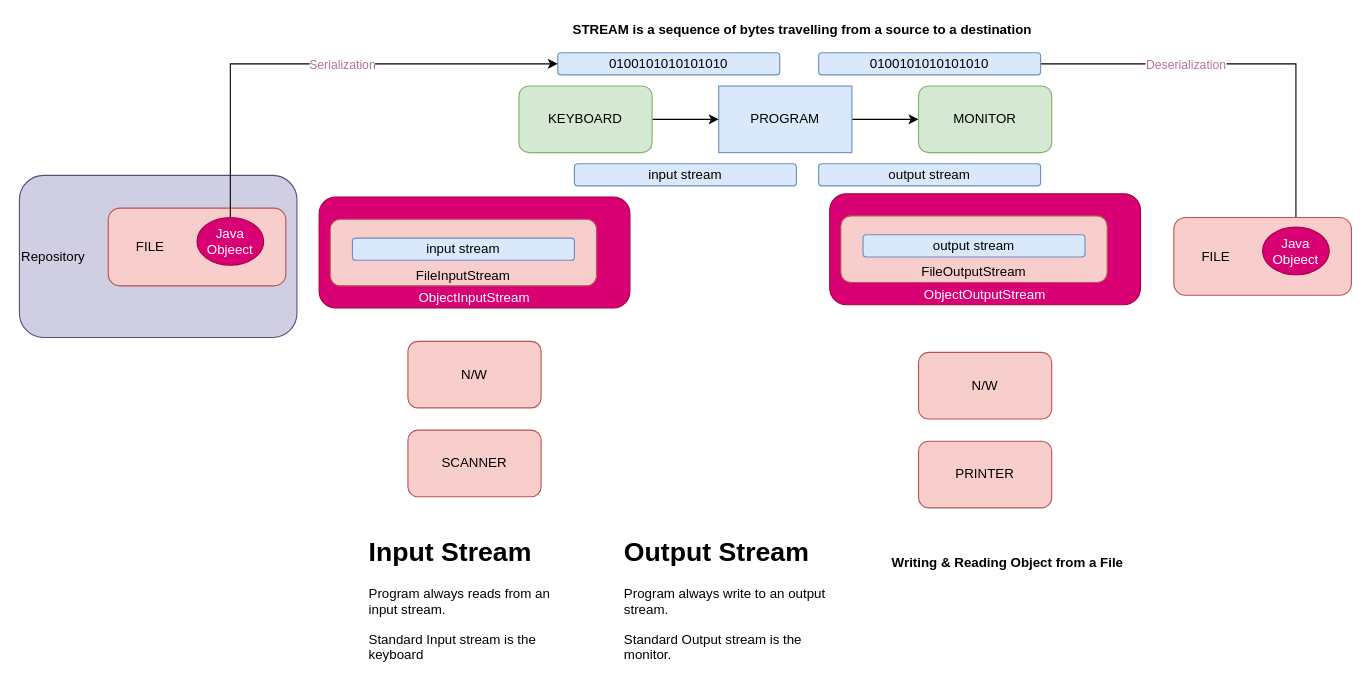
This is page "FILE HANDLING" (7 of 8) of java/diagrams/java-workflow.drawio from aukokyong/jfs-master, a draw.io file, before an edit. Source tidied: cells renumbered, new cells numbered last; positions are measured from the earlier drawing's top-left corner, leaving out a move shared by most shapes. Both pictures are drawn from the tidied source at 111%, with x=0, y=0 at pixel (19, 19).
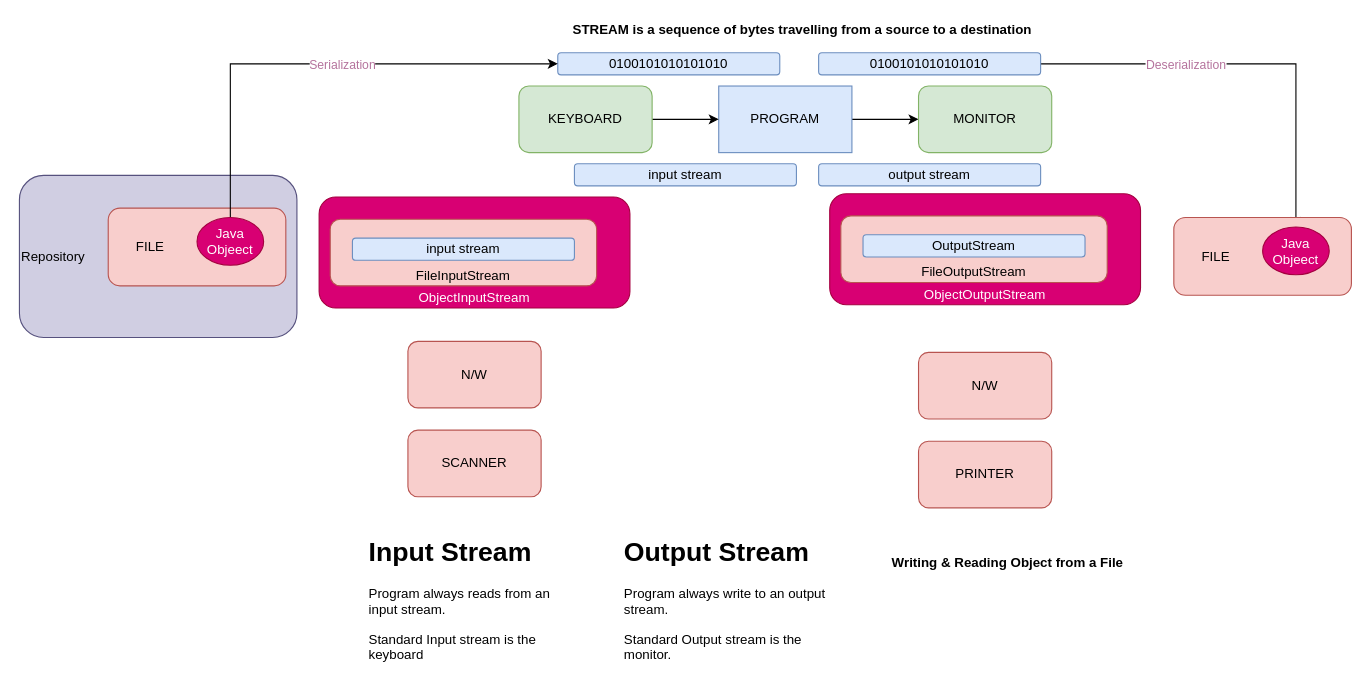
Above is the later version.

Diff of the diagram source:
```diff
@@
-    <mxCell id="33" value="output stream" style="rounded=1;whiteSpace=wrap;html=1;fillColor=#dae8fc;strokeColor=#6c8ebf;" parent="1" vertex="1">
+    <mxCell id="33" value="OutputStream" style="rounded=1;whiteSpace=wrap;html=1;fillColor=#dae8fc;strokeColor=#6c8ebf;" parent="1" vertex="1">
       <mxGeometry x="760" y="194" width="200" height="20" as="geometry" />
     </mxCell>
```
